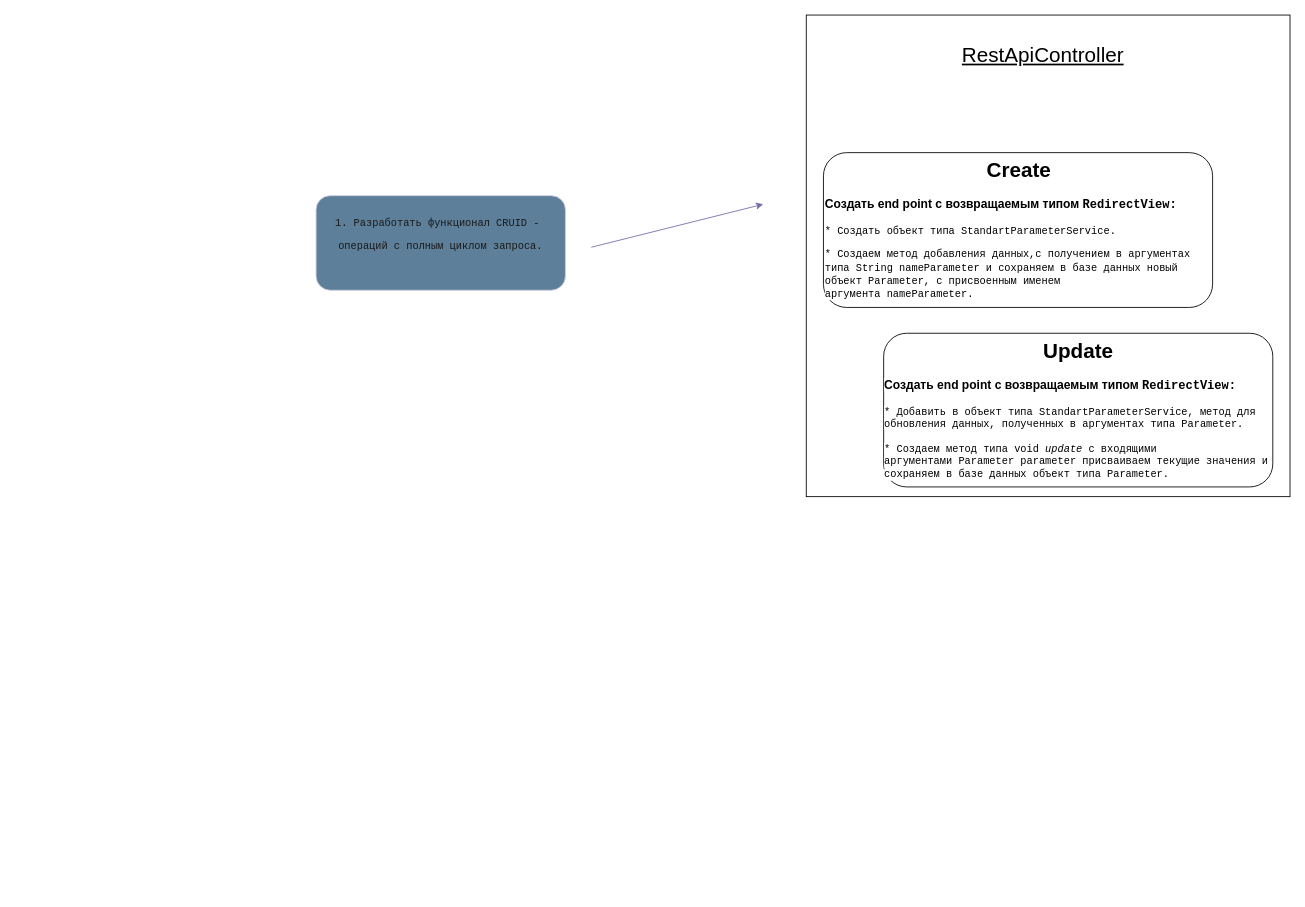
This is duma-service/src/main/java/structure.drawio from seregAnt02/SpringBootDuma, a draw.io file, before an edit. Source tidied: cells renumbered, new cells numbered last; positions are measured from the earlier drawing's top-left corner, leaving out a move shared by most shapes. Both pictures are drawn from the tidied source at 86%, with x=0, y=0 at pixel (316, 15).
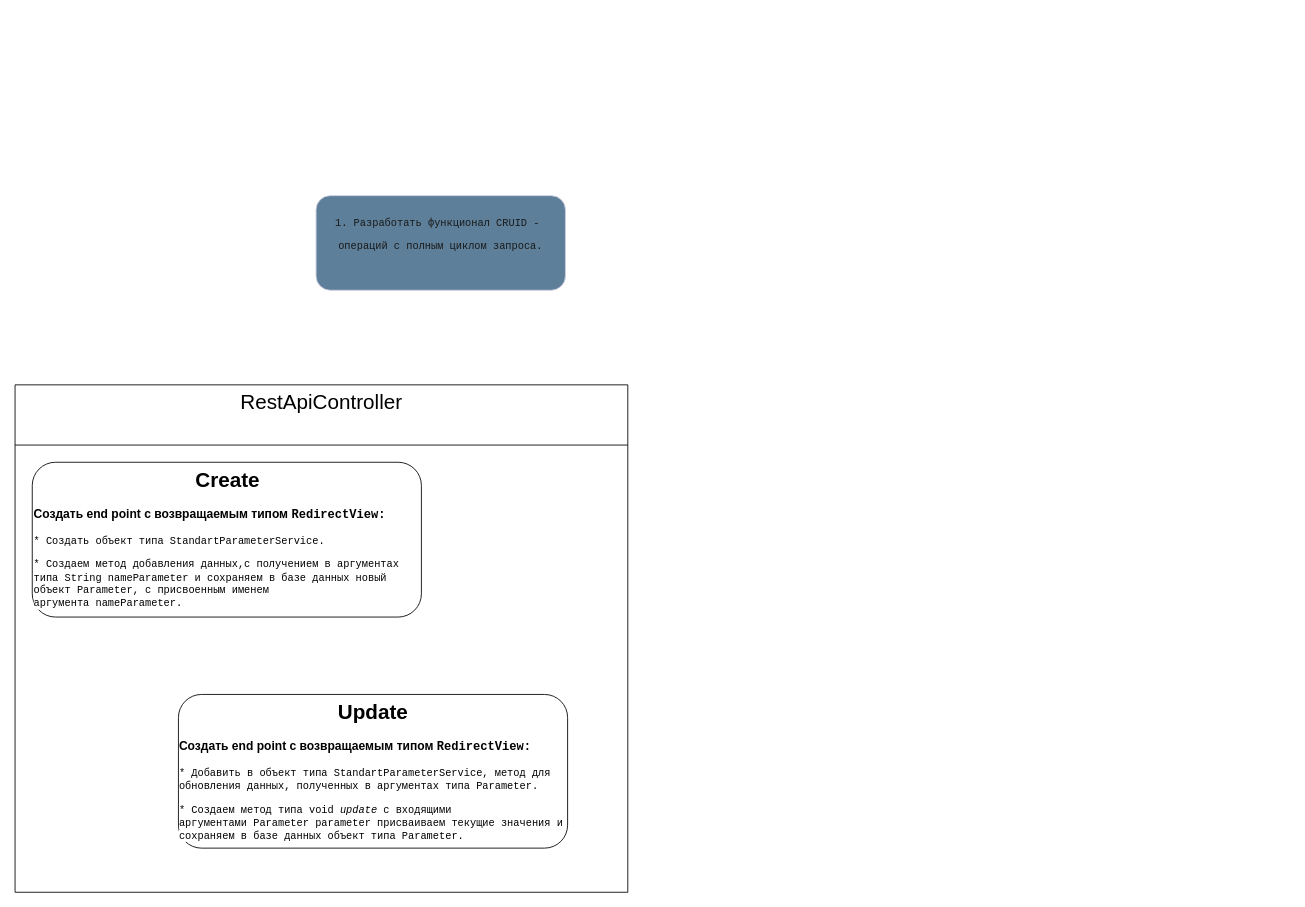
After the change.

What changed in the source:
```diff
@@
 <mxGraphModel>
   <root>
     <mxCell id="0" />
     <mxCell id="1" parent="0" />
     <mxCell id="2" style="group;whiteSpace=wrap;labelBackgroundColor=none;fontColor=#1A1A1A;" parent="1" vertex="1">
       <mxGeometry y="210" width="290" height="110" as="geometry" />
     </mxCell>
     <mxCell id="3" style="rounded=1;whiteSpace=wrap;html=1;labelBackgroundColor=none;fillColor=#5D7F99;strokeColor=#D0CEE2;fontColor=#1A1A1A;" parent="2" vertex="1">
       <mxGeometry width="290" height="110" as="geometry" />
     </mxCell>
     <mxCell id="4" value="&lt;pre style=&quot;font-family: &amp;quot;JetBrains Mono&amp;quot;, monospace;&quot;&gt;&lt;span&gt;&lt;font&gt;1. Разработать функционал CRUID - &lt;/font&gt;&lt;/span&gt;&lt;/pre&gt;&lt;pre style=&quot;font-family: &amp;quot;JetBrains Mono&amp;quot;, monospace;&quot;&gt;&lt;span&gt;&lt;font&gt;операций с полным циклом запроса.&lt;/font&gt;&lt;/span&gt;&lt;/pre&gt;" style="text;html=1;align=center;verticalAlign=middle;whiteSpace=wrap;rounded=0;labelBackgroundColor=none;fontColor=#1A1A1A;" parent="2" vertex="1">
       <mxGeometry x="20" y="18.3" width="250" height="55" as="geometry" />
     </mxCell>
-    <mxCell id="5" style="endArrow=classic;html=1;rounded=0;fontFamily=Helvetica;fontSize=12;fontColor=default;labelBackgroundColor=none;strokeColor=#736CA8;" parent="1" edge="1">
-      <mxGeometry relative="1" as="geometry">
-        <mxPoint x="320" y="270" as="sourcePoint" />
-        <mxPoint x="520" y="220" as="targetPoint" />
-      </mxGeometry>
-    </mxCell>
-    <mxCell id="6" style="group;" parent="1" vertex="1">
-      <mxGeometry x="570" width="562.5" height="560" as="geometry" />
-    </mxCell>
-    <mxCell id="7" style="group;labelBackgroundColor=default;labelBorderColor=default;strokeColor=default;" parent="6" vertex="1">
-      <mxGeometry width="562.5" height="560" as="geometry" />
-    </mxCell>
-    <mxCell id="8" value="&lt;font style=&quot;font-size: 24px;&quot;&gt;&lt;u&gt;RestApiController&#9;&#9;&#9;&#9;&lt;/u&gt;&lt;/font&gt;" style="text;html=1;align=center;verticalAlign=middle;rounded=0;flipH=0;flipV=1;whiteSpace=wrap;labelBackgroundColor=none;" parent="6" vertex="1">
-      <mxGeometry x="77.5" y="10" width="395" height="74.7" as="geometry" />
+    <mxCell id="8" value="&lt;span style=&quot;font-size: 24px; font-weight: 400;&quot;&gt;RestApiController&lt;/span&gt;&lt;div&gt;&lt;u style=&quot;font-size: 24px; font-weight: 400;&quot;&gt;&lt;br&gt;&lt;/u&gt;&lt;/div&gt;" style="swimlane;whiteSpace=wrap;html=1;startSize=70;" parent="1" vertex="1">
+      <mxGeometry x="-350" y="430" width="712.5" height="590" as="geometry" />
     </mxCell>
-    <mxCell id="9" value="&lt;h1 style=&quot;text-align: center; margin-top: 0px;&quot;&gt;&lt;span style=&quot;background-color: light-dark(#ffffff, var(--ge-dark-color, #121212));&quot;&gt;Create&lt;/span&gt;&lt;/h1&gt;&lt;h3&gt;&lt;span style=&quot;background-color: light-dark(#ffffff, var(--ge-dark-color, #121212));&quot;&gt;Создать end point с возвращаемым типом&amp;nbsp;&lt;span style=&quot;font-family: &amp;quot;JetBrains Mono&amp;quot;, monospace;&quot;&gt;&lt;font style=&quot;color: rgb(0, 0, 0);&quot;&gt;RedirectView:&lt;/font&gt;&lt;/span&gt;&lt;/span&gt;&lt;/h3&gt;&lt;p&gt;&lt;span style=&quot;background-color: light-dark(#ffffff, var(--ge-dark-color, #121212));&quot;&gt;&lt;span style=&quot;color: light-dark(rgb(0, 0, 0), rgb(237, 237, 237)); font-family: &amp;quot;JetBrains Mono&amp;quot;, monospace;&quot;&gt;* Создать объект типа&amp;nbsp;&lt;/span&gt;&lt;span style=&quot;font-family: &amp;quot;JetBrains Mono&amp;quot;, monospace;&quot;&gt;&lt;font style=&quot;color: rgb(0, 0, 0);&quot;&gt;StandartParameterService.&lt;/font&gt;&lt;/span&gt;&lt;/span&gt;&lt;/p&gt;&lt;p&gt;&lt;span&gt;&lt;span style=&quot;background-color: light-dark(#ffffff, var(--ge-dark-color, #121212)); font-family: &amp;quot;JetBrains Mono&amp;quot;, monospace;&quot;&gt;&lt;font style=&quot;color: rgb(0, 0, 0);&quot;&gt;* Создаем метод &lt;/font&gt;&lt;/span&gt;&lt;/span&gt;&lt;span style=&quot;font-family: &amp;quot;JetBrains Mono&amp;quot;, monospace; background-color: light-dark(#ffffff, var(--ge-dark-color, #121212)); color: light-dark(rgb(0, 0, 0), rgb(255, 255, 255));&quot;&gt;добавления данных,с получением в аргументах типа&amp;nbsp;&lt;/span&gt;&lt;span style=&quot;font-family: &amp;quot;JetBrains Mono&amp;quot;, monospace; background-color: rgb(255, 255, 255);&quot;&gt;String nameParameter&amp;nbsp;&lt;/span&gt;&lt;span style=&quot;background-color: transparent; color: light-dark(rgb(0, 0, 0), rgb(255, 255, 255));&quot;&gt;&lt;span style=&quot;background-color: light-dark(#ffffff, var(--ge-dark-color, #121212)); font-family: &amp;quot;JetBrains Mono&amp;quot;, monospace;&quot;&gt;&lt;font style=&quot;color: rgb(0, 0, 0);&quot;&gt;и сохраняем в базе данных новый объект&amp;nbsp;&lt;/font&gt;&lt;/span&gt;&lt;/span&gt;&lt;span style=&quot;color: rgb(0, 0, 0); background-color: rgb(255, 255, 255); font-family: &amp;quot;JetBrains Mono&amp;quot;, monospace;&quot;&gt;Parameter, с присвоенным именем аргумента&amp;nbsp;&lt;/span&gt;&lt;span style=&quot;background-color: rgb(255, 255, 255); font-family: &amp;quot;JetBrains Mono&amp;quot;, monospace; color: light-dark(rgb(0, 0, 0), rgb(255, 255, 255));&quot;&gt;nameParameter&lt;/span&gt;&lt;span style=&quot;background-color: light-dark(rgb(255, 255, 255), rgb(18, 18, 18)); color: light-dark(rgb(0, 0, 0), rgb(237, 237, 237)); font-family: &amp;quot;JetBrains Mono&amp;quot;, monospace;&quot;&gt;.&lt;/span&gt;&lt;/p&gt;" style="text;html=1;whiteSpace=wrap;overflow=hidden;rounded=1;fontFamily=Helvetica;fontSize=12;labelBackgroundColor=none;labelBorderColor=none;strokeColor=default;align=left;" parent="6" vertex="1">
-      <mxGeometry x="20" y="160" width="452.5" height="180" as="geometry" />
+    <mxCell id="9" value="&lt;h1 style=&quot;text-align: center; margin-top: 0px;&quot;&gt;&lt;span style=&quot;background-color: light-dark(#ffffff, var(--ge-dark-color, #121212));&quot;&gt;Create&lt;/span&gt;&lt;/h1&gt;&lt;h3&gt;&lt;span style=&quot;background-color: light-dark(#ffffff, var(--ge-dark-color, #121212));&quot;&gt;Создать end point с возвращаемым типом&amp;nbsp;&lt;span style=&quot;font-family: &amp;quot;JetBrains Mono&amp;quot;, monospace;&quot;&gt;&lt;font style=&quot;color: rgb(0, 0, 0);&quot;&gt;RedirectView:&lt;/font&gt;&lt;/span&gt;&lt;/span&gt;&lt;/h3&gt;&lt;p&gt;&lt;span style=&quot;background-color: light-dark(#ffffff, var(--ge-dark-color, #121212));&quot;&gt;&lt;span style=&quot;color: light-dark(rgb(0, 0, 0), rgb(237, 237, 237)); font-family: &amp;quot;JetBrains Mono&amp;quot;, monospace;&quot;&gt;* Создать объект типа&amp;nbsp;&lt;/span&gt;&lt;span style=&quot;font-family: &amp;quot;JetBrains Mono&amp;quot;, monospace;&quot;&gt;&lt;font style=&quot;color: rgb(0, 0, 0);&quot;&gt;StandartParameterService.&lt;/font&gt;&lt;/span&gt;&lt;/span&gt;&lt;/p&gt;&lt;p&gt;&lt;span&gt;&lt;span style=&quot;background-color: light-dark(#ffffff, var(--ge-dark-color, #121212)); font-family: &amp;quot;JetBrains Mono&amp;quot;, monospace;&quot;&gt;&lt;font style=&quot;color: rgb(0, 0, 0);&quot;&gt;* Создаем метод &lt;/font&gt;&lt;/span&gt;&lt;/span&gt;&lt;span style=&quot;font-family: &amp;quot;JetBrains Mono&amp;quot;, monospace; background-color: light-dark(#ffffff, var(--ge-dark-color, #121212)); color: light-dark(rgb(0, 0, 0), rgb(255, 255, 255));&quot;&gt;добавления данных,с получением в аргументах типа&amp;nbsp;&lt;/span&gt;&lt;span style=&quot;font-family: &amp;quot;JetBrains Mono&amp;quot;, monospace; background-color: rgb(255, 255, 255);&quot;&gt;String nameParameter&amp;nbsp;&lt;/span&gt;&lt;span style=&quot;background-color: transparent; color: light-dark(rgb(0, 0, 0), rgb(255, 255, 255));&quot;&gt;&lt;span style=&quot;background-color: light-dark(#ffffff, var(--ge-dark-color, #121212)); font-family: &amp;quot;JetBrains Mono&amp;quot;, monospace;&quot;&gt;&lt;font style=&quot;color: rgb(0, 0, 0);&quot;&gt;и сохраняем в базе данных новый объект&amp;nbsp;&lt;/font&gt;&lt;/span&gt;&lt;/span&gt;&lt;span style=&quot;color: rgb(0, 0, 0); background-color: rgb(255, 255, 255); font-family: &amp;quot;JetBrains Mono&amp;quot;, monospace;&quot;&gt;Parameter, с присвоенным именем аргумента&amp;nbsp;&lt;/span&gt;&lt;span style=&quot;background-color: rgb(255, 255, 255); font-family: &amp;quot;JetBrains Mono&amp;quot;, monospace; color: light-dark(rgb(0, 0, 0), rgb(255, 255, 255));&quot;&gt;nameParameter&lt;/span&gt;&lt;span style=&quot;background-color: light-dark(rgb(255, 255, 255), rgb(18, 18, 18)); color: light-dark(rgb(0, 0, 0), rgb(237, 237, 237)); font-family: &amp;quot;JetBrains Mono&amp;quot;, monospace;&quot;&gt;.&lt;/span&gt;&lt;/p&gt;" style="text;html=1;whiteSpace=wrap;overflow=hidden;rounded=1;fontFamily=Helvetica;fontSize=12;labelBackgroundColor=none;labelBorderColor=none;strokeColor=default;align=left;" parent="8" vertex="1">
+      <mxGeometry x="20" y="90" width="452.5" height="180" as="geometry" />
     </mxCell>
-    <mxCell id="10" value="&lt;h1 style=&quot;margin-top: 0px;&quot;&gt;&lt;span style=&quot;background-color: light-dark(#ffffff, var(--ge-dark-color, #121212));&quot;&gt;Update&lt;/span&gt;&lt;/h1&gt;&lt;h3 style=&quot;text-align: left;&quot;&gt;&lt;span style=&quot;background-color: light-dark(#ffffff, var(--ge-dark-color, #121212));&quot;&gt;Создать end point с возвращаемым типом&amp;nbsp;&lt;span style=&quot;font-family: &amp;quot;JetBrains Mono&amp;quot;, monospace;&quot;&gt;&lt;font style=&quot;color: rgb(0, 0, 0);&quot;&gt;RedirectView:&lt;/font&gt;&lt;/span&gt;&lt;/span&gt;&lt;/h3&gt;&lt;p style=&quot;text-align: left;&quot;&gt;&lt;span style=&quot;background-color: light-dark(#ffffff, var(--ge-dark-color, #121212));&quot;&gt;&lt;span style=&quot;color: light-dark(rgb(0, 0, 0), rgb(237, 237, 237)); font-family: &amp;quot;JetBrains Mono&amp;quot;, monospace;&quot;&gt;* Добавить в объект типа&amp;nbsp;&lt;/span&gt;&lt;span style=&quot;font-family: &amp;quot;JetBrains Mono&amp;quot;, monospace;&quot;&gt;&lt;font style=&quot;color: rgb(0, 0, 0);&quot;&gt;StandartParameterService, метод для обновления данных, полученных в аргументах типа Parameter.&lt;/font&gt;&lt;/span&gt;&lt;/span&gt;&lt;/p&gt;&lt;p style=&quot;text-align: left;&quot;&gt;&lt;span&gt;&lt;span style=&quot;background-color: light-dark(#ffffff, var(--ge-dark-color, #121212)); font-family: &amp;quot;JetBrains Mono&amp;quot;, monospace;&quot;&gt;&lt;font style=&quot;color: rgb(0, 0, 0);&quot;&gt;* Создаем метод типа&amp;nbsp;&lt;/font&gt;&lt;/span&gt;&lt;font&gt;&lt;span style=&quot;font-family: &amp;quot;JetBrains Mono&amp;quot;, monospace;&quot;&gt;&lt;span style=&quot;background-color: rgb(255, 255, 255);&quot;&gt;&lt;font style=&quot;color: rgb(0, 0, 0);&quot;&gt;void&lt;/font&gt;&lt;/span&gt; &lt;/span&gt;&lt;span style=&quot;background-color: light-dark(#ffffff, var(--ge-dark-color, #121212)); font-family: &amp;quot;JetBrains Mono&amp;quot;, monospace;&quot;&gt;&lt;font style=&quot;color: rgb(0, 0, 0);&quot;&gt;&lt;i&gt;update &lt;/i&gt;с входящими аргументами&lt;/font&gt;&lt;font style=&quot;color: rgb(255, 0, 0);&quot;&gt;&amp;nbsp;&lt;/font&gt;&lt;/span&gt;&lt;span style=&quot;background-color: light-dark(#ffffff, var(--ge-dark-color, #121212)); font-family: &amp;quot;JetBrains Mono&amp;quot;, monospace; color: rgb(169, 183, 198);&quot;&gt;&lt;font style=&quot;color: rgb(0, 0, 0);&quot;&gt;Parameter parameter присваиваем текущие значения&lt;/font&gt;&lt;/span&gt;&lt;span style=&quot;background-color: light-dark(#ffffff, var(--ge-dark-color, #121212)); font-family: &amp;quot;JetBrains Mono&amp;quot;, monospace;&quot;&gt;&lt;font style=&quot;color: rgb(0, 0, 0);&quot;&gt;&amp;nbsp;и сохраняем в базе данных объект типа&amp;nbsp;&lt;/font&gt;&lt;/span&gt;&lt;/font&gt;&lt;/span&gt;&lt;span style=&quot;background-color: rgb(255, 255, 255); color: rgb(0, 0, 0); font-family: &amp;quot;JetBrains Mono&amp;quot;, monospace;&quot;&gt;Parameter.&lt;/span&gt;&lt;/p&gt;" style="text;html=1;whiteSpace=wrap;overflow=hidden;rounded=1;fontFamily=Helvetica;fontSize=12;labelBackgroundColor=none;strokeColor=default;align=center;" parent="6" vertex="1">
-      <mxGeometry x="90" y="370" width="452.5" height="178.7" as="geometry" />
+    <mxCell id="10" value="&lt;h1 style=&quot;margin-top: 0px;&quot;&gt;&lt;span style=&quot;background-color: light-dark(#ffffff, var(--ge-dark-color, #121212));&quot;&gt;Update&lt;/span&gt;&lt;/h1&gt;&lt;h3 style=&quot;text-align: left;&quot;&gt;&lt;span style=&quot;background-color: light-dark(#ffffff, var(--ge-dark-color, #121212));&quot;&gt;Создать end point с возвращаемым типом&amp;nbsp;&lt;span style=&quot;font-family: &amp;quot;JetBrains Mono&amp;quot;, monospace;&quot;&gt;&lt;font style=&quot;color: rgb(0, 0, 0);&quot;&gt;RedirectView:&lt;/font&gt;&lt;/span&gt;&lt;/span&gt;&lt;/h3&gt;&lt;p style=&quot;text-align: left;&quot;&gt;&lt;span style=&quot;background-color: light-dark(#ffffff, var(--ge-dark-color, #121212));&quot;&gt;&lt;span style=&quot;color: light-dark(rgb(0, 0, 0), rgb(237, 237, 237)); font-family: &amp;quot;JetBrains Mono&amp;quot;, monospace;&quot;&gt;* Добавить в объект типа&amp;nbsp;&lt;/span&gt;&lt;span style=&quot;font-family: &amp;quot;JetBrains Mono&amp;quot;, monospace;&quot;&gt;&lt;font style=&quot;color: rgb(0, 0, 0);&quot;&gt;StandartParameterService, метод для обновления данных, полученных в аргументах типа Parameter.&lt;/font&gt;&lt;/span&gt;&lt;/span&gt;&lt;/p&gt;&lt;p style=&quot;text-align: left;&quot;&gt;&lt;span&gt;&lt;span style=&quot;background-color: light-dark(#ffffff, var(--ge-dark-color, #121212)); font-family: &amp;quot;JetBrains Mono&amp;quot;, monospace;&quot;&gt;&lt;font style=&quot;color: rgb(0, 0, 0);&quot;&gt;* Создаем метод типа&amp;nbsp;&lt;/font&gt;&lt;/span&gt;&lt;font&gt;&lt;span style=&quot;font-family: &amp;quot;JetBrains Mono&amp;quot;, monospace;&quot;&gt;&lt;span style=&quot;background-color: rgb(255, 255, 255);&quot;&gt;&lt;font style=&quot;color: rgb(0, 0, 0);&quot;&gt;void&lt;/font&gt;&lt;/span&gt; &lt;/span&gt;&lt;span style=&quot;background-color: light-dark(#ffffff, var(--ge-dark-color, #121212)); font-family: &amp;quot;JetBrains Mono&amp;quot;, monospace;&quot;&gt;&lt;font style=&quot;color: rgb(0, 0, 0);&quot;&gt;&lt;i&gt;update &lt;/i&gt;с входящими аргументами&lt;/font&gt;&lt;font style=&quot;color: rgb(255, 0, 0);&quot;&gt;&amp;nbsp;&lt;/font&gt;&lt;/span&gt;&lt;span style=&quot;background-color: light-dark(#ffffff, var(--ge-dark-color, #121212)); font-family: &amp;quot;JetBrains Mono&amp;quot;, monospace; color: rgb(169, 183, 198);&quot;&gt;&lt;font style=&quot;color: rgb(0, 0, 0);&quot;&gt;Parameter parameter присваиваем текущие значения&lt;/font&gt;&lt;/span&gt;&lt;span style=&quot;background-color: light-dark(#ffffff, var(--ge-dark-color, #121212)); font-family: &amp;quot;JetBrains Mono&amp;quot;, monospace;&quot;&gt;&lt;font style=&quot;color: rgb(0, 0, 0);&quot;&gt;&amp;nbsp;и сохраняем в базе данных объект типа&amp;nbsp;&lt;/font&gt;&lt;/span&gt;&lt;/font&gt;&lt;/span&gt;&lt;span style=&quot;background-color: rgb(255, 255, 255); color: rgb(0, 0, 0); font-family: &amp;quot;JetBrains Mono&amp;quot;, monospace;&quot;&gt;Parameter.&lt;/span&gt;&lt;/p&gt;" style="text;html=1;whiteSpace=wrap;overflow=hidden;rounded=1;fontFamily=Helvetica;fontSize=12;labelBackgroundColor=none;strokeColor=default;align=center;" parent="8" vertex="1">
+      <mxGeometry x="190" y="360" width="452.5" height="178.7" as="geometry" />
     </mxCell>
   </root>
 </mxGraphModel>
```
